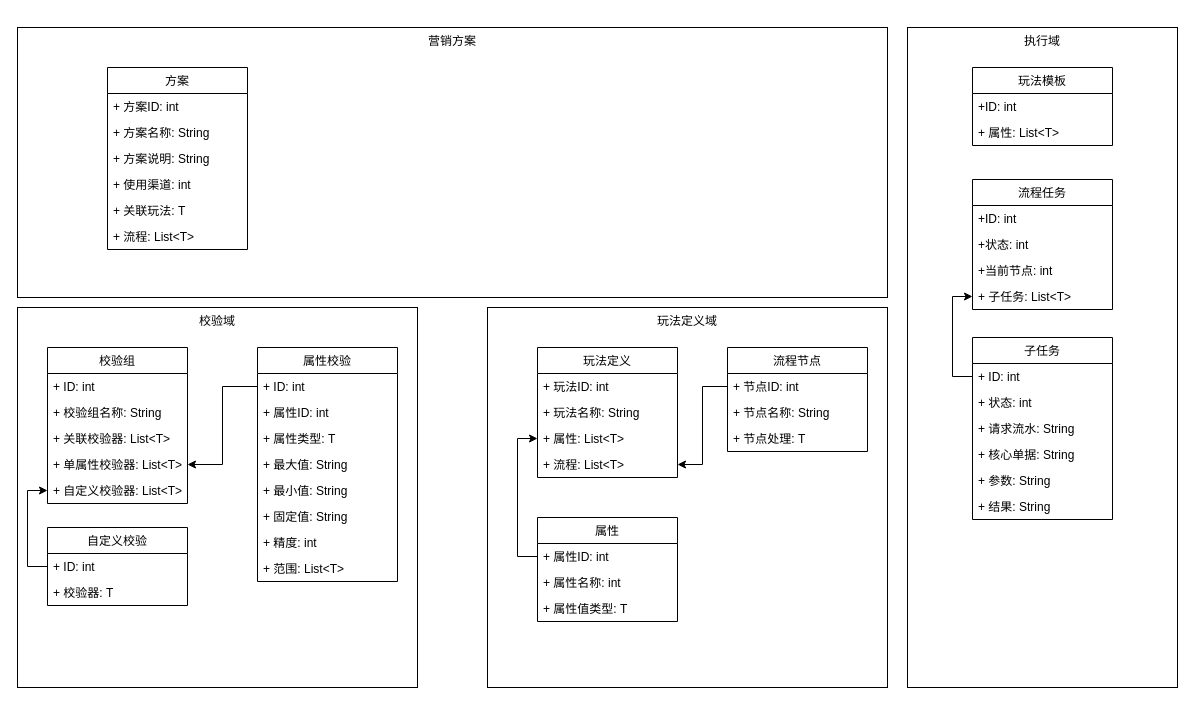
jon-kong/draw.io keeps this draw.io diagram as page "领域模型" (4 of 4) of 营销玩法系统架构.drawio. Above is the earlier version. Source tidied: cells renumbered, new cells numbered last; positions are measured from the earlier drawing's top-left corner, leaving out a move shared by most shapes. Both pictures are drawn from the tidied source at 100%, with x=0, y=0 at pixel (17, 27).
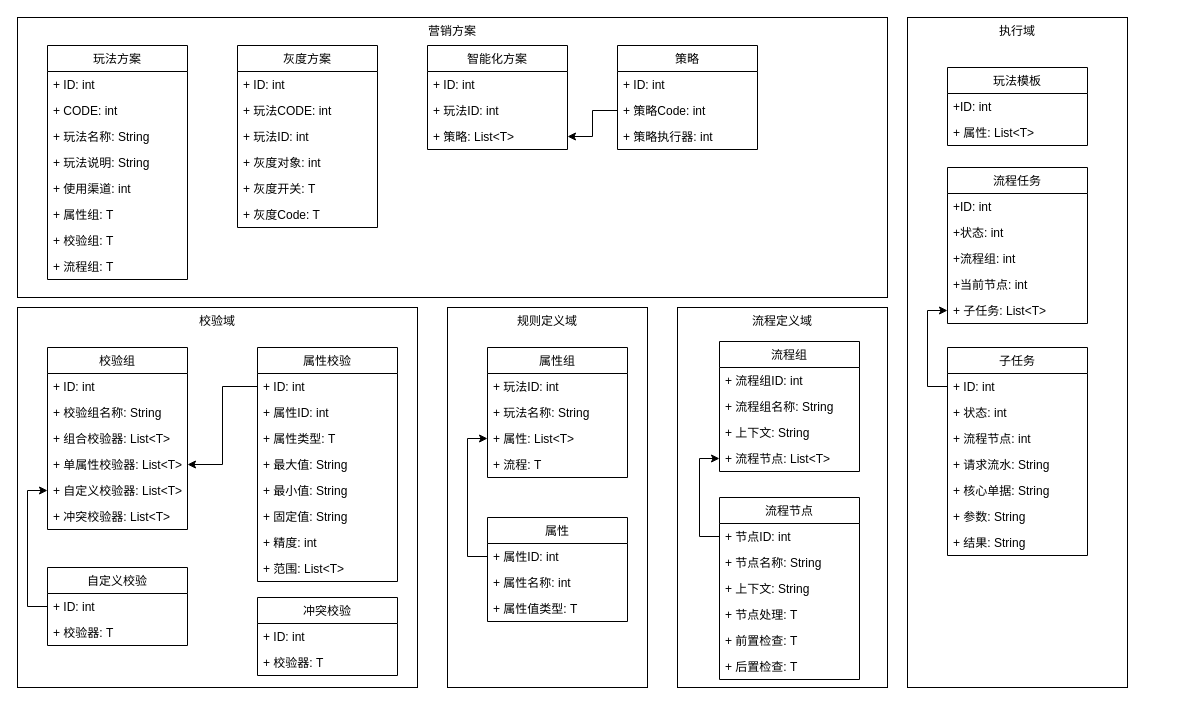
The same page after the edit.

Commit message:
Update 营销玩法系统架构.drawio

The change refers to these unchanged cells:
```xml
<mxCell id="13" value="+ 节点ID: int" style="text;strokeColor=none;fillColor=none;align=left;verticalAlign=top;spacingLeft=4;spacingRight=4;overflow=hidden;points=[[0,0.5],[1,0.5]];portConstraint=eastwest;" parent="12" vertex="1">
  <mxGeometry y="26" width="140" height="26" as="geometry" />
</mxCell>
```

The edit, as a diff of the source:
```diff
@@
+    <mxCell id="64" value="流程定义域" style="rounded=0;whiteSpace=wrap;html=1;fontColor=#000000;verticalAlign=top;" parent="1" vertex="1">
+      <mxGeometry x="660" y="280" width="210" height="380" as="geometry" />
+    </mxCell>
-    <mxCell id="2" value="玩法定义域" style="rounded=0;whiteSpace=wrap;html=1;fontColor=#000000;verticalAlign=top;" parent="1" vertex="1">
-      <mxGeometry x="470" y="280" width="400" height="380" as="geometry" />
+    <mxCell id="2" value="规则定义域" style="rounded=0;whiteSpace=wrap;html=1;fontColor=#000000;verticalAlign=top;" parent="1" vertex="1">
+      <mxGeometry x="430" y="280" width="200" height="380" as="geometry" />
     </mxCell>
-    <mxCell id="3" value="玩法定义" style="swimlane;fontStyle=0;horizontal=1;startSize=26;fillColor=none;fontColor=#000000;verticalAlign=top;" parent="1" vertex="1">
-      <mxGeometry x="520" y="320" width="140" height="130" as="geometry" />
+    <mxCell id="3" value="属性组" style="swimlane;fontStyle=0;horizontal=1;startSize=26;fillColor=none;fontColor=#000000;verticalAlign=top;" parent="1" vertex="1">
+      <mxGeometry x="470" y="320" width="140" height="130" as="geometry" />
     </mxCell>
@@
-    <mxCell id="7" value="+ 流程: List&lt;T&gt;&#10;" style="text;strokeColor=none;fillColor=none;align=left;verticalAlign=top;spacingLeft=4;spacingRight=4;overflow=hidden;points=[[0,0.5],[1,0.5]];portConstraint=eastwest;" parent="3" vertex="1">
+    <mxCell id="7" value="+ 流程: T&#10;" style="text;strokeColor=none;fillColor=none;align=left;verticalAlign=top;spacingLeft=4;spacingRight=4;overflow=hidden;points=[[0,0.5],[1,0.5]];portConstraint=eastwest;" parent="3" vertex="1">
       <mxGeometry y="104" width="140" height="26" as="geometry" />
     </mxCell>
     <mxCell id="8" value="属性" style="swimlane;fontStyle=0;horizontal=1;startSize=26;fillColor=none;fontColor=#000000;verticalAlign=top;" parent="1" vertex="1">
-      <mxGeometry x="520" y="490" width="140" height="104" as="geometry" />
+      <mxGeometry x="470" y="490" width="140" height="104" as="geometry" />
     </mxCell>
@@
     <mxCell id="12" value="流程节点" style="swimlane;fontStyle=0;horizontal=1;startSize=26;fillColor=none;fontColor=#000000;verticalAlign=top;" parent="1" vertex="1">
-      <mxGeometry x="710" y="320" width="140" height="104" as="geometry" />
+      <mxGeometry x="702" y="470" width="140" height="182" as="geometry" />
     </mxCell>
@@
+    <mxCell id="65" value="+ 上下文: String" style="text;strokeColor=none;fillColor=none;align=left;verticalAlign=top;spacingLeft=4;spacingRight=4;overflow=hidden;" parent="12" vertex="1">
+      <mxGeometry y="78" width="140" height="26" as="geometry" />
+    </mxCell>
     <mxCell id="15" value="+ 节点处理: T " style="text;strokeColor=none;fillColor=none;align=left;verticalAlign=top;spacingLeft=4;spacingRight=4;overflow=hidden;" parent="12" vertex="1">
-      <mxGeometry y="78" width="140" height="26" as="geometry" />
+      <mxGeometry y="104" width="140" height="26" as="geometry" />
     </mxCell>
+    <mxCell id="66" value="+ 前置检查: T " style="text;strokeColor=none;fillColor=none;align=left;verticalAlign=top;spacingLeft=4;spacingRight=4;overflow=hidden;" parent="12" vertex="1">
+      <mxGeometry y="130" width="140" height="26" as="geometry" />
+    </mxCell>
+    <mxCell id="67" value="+ 后置检查: T " style="text;strokeColor=none;fillColor=none;align=left;verticalAlign=top;spacingLeft=4;spacingRight=4;overflow=hidden;" parent="12" vertex="1">
+      <mxGeometry y="156" width="140" height="26" as="geometry" />
+    </mxCell>
@@
     <mxCell id="17" value="校验组" style="swimlane;fontStyle=0;horizontal=1;startSize=26;fillColor=none;fontColor=#000000;verticalAlign=top;" parent="1" vertex="1">
-      <mxGeometry x="30" y="320" width="140" height="156" as="geometry" />
+      <mxGeometry x="30" y="320" width="140" height="182" as="geometry" />
     </mxCell>
@@
-    <mxCell id="20" value="+ 关联校验器: List&lt;T&gt;&#10;" style="text;strokeColor=none;fillColor=none;align=left;verticalAlign=top;spacingLeft=4;spacingRight=4;overflow=hidden;" parent="17" vertex="1">
+    <mxCell id="20" value="+ 组合校验器: List&lt;T&gt;&#10;" style="text;strokeColor=none;fillColor=none;align=left;verticalAlign=top;spacingLeft=4;spacingRight=4;overflow=hidden;" parent="17" vertex="1">
       <mxGeometry y="78" width="140" height="26" as="geometry" />
     </mxCell>
@@
+    <mxCell id="68" value="+ 冲突校验器: List&lt;T&gt;&#10;" style="text;strokeColor=none;fillColor=none;align=left;verticalAlign=top;spacingLeft=4;spacingRight=4;overflow=hidden;" parent="17" vertex="1">
+      <mxGeometry y="156" width="140" height="26" as="geometry" />
+    </mxCell>
@@
     <mxCell id="32" value="自定义校验" style="swimlane;fontStyle=0;horizontal=1;startSize=26;fillColor=none;fontColor=#000000;verticalAlign=top;" parent="1" vertex="1">
-      <mxGeometry x="30" y="500" width="140" height="78" as="geometry" />
+      <mxGeometry x="30" y="540" width="140" height="78" as="geometry" />
     </mxCell>
@@
-    <mxCell id="37" style="edgeStyle=orthogonalEdgeStyle;rounded=0;jettySize=auto;html=1;exitX=0;exitY=0.5;exitDx=0;exitDy=0;entryX=1;entryY=0.5;entryDx=0;entryDy=0;fontColor=#000000;" parent="1" edge="1" source="13" target="7">
-      <mxGeometry relative="1" as="geometry" />
-    </mxCell>
@@
     <mxCell id="39" value="营销方案" style="rounded=0;whiteSpace=wrap;html=1;fontColor=#000000;verticalAlign=top;" parent="1" vertex="1">
-      <mxGeometry width="870" height="270" as="geometry" />
+      <mxGeometry y="-10" width="870" height="280" as="geometry" />
     </mxCell>
-    <mxCell id="40" value="方案" style="swimlane;fontStyle=0;horizontal=1;startSize=26;fillColor=none;fontColor=#000000;verticalAlign=top;" parent="1" vertex="1">
-      <mxGeometry x="90" y="40" width="140" height="182" as="geometry" />
+    <mxCell id="40" value="玩法方案" style="swimlane;fontStyle=0;horizontal=1;startSize=26;fillColor=none;fontColor=#000000;verticalAlign=top;" parent="1" vertex="1">
+      <mxGeometry x="30" y="18" width="140" height="234" as="geometry" />
     </mxCell>
-    <mxCell id="41" value="+ 方案ID: int" style="text;strokeColor=none;fillColor=none;align=left;verticalAlign=top;spacingLeft=4;spacingRight=4;overflow=hidden;" parent="40" vertex="1">
+    <mxCell id="41" value="+ ID: int" style="text;strokeColor=none;fillColor=none;align=left;verticalAlign=top;spacingLeft=4;spacingRight=4;overflow=hidden;" parent="40" vertex="1">
       <mxGeometry y="26" width="140" height="26" as="geometry" />
     </mxCell>
+    <mxCell id="69" value="+ CODE: int" style="text;strokeColor=none;fillColor=none;align=left;verticalAlign=top;spacingLeft=4;spacingRight=4;overflow=hidden;" parent="40" vertex="1">
+      <mxGeometry y="52" width="140" height="26" as="geometry" />
+    </mxCell>
-    <mxCell id="42" value="+ 方案名称: String" style="text;strokeColor=none;fillColor=none;align=left;verticalAlign=top;spacingLeft=4;spacingRight=4;overflow=hidden;" parent="40" vertex="1">
-      <mxGeometry y="52" width="140" height="26" as="geometry" />
+    <mxCell id="42" value="+ 玩法名称: String" style="text;strokeColor=none;fillColor=none;align=left;verticalAlign=top;spacingLeft=4;spacingRight=4;overflow=hidden;" parent="40" vertex="1">
+      <mxGeometry y="78" width="140" height="26" as="geometry" />
     </mxCell>
-    <mxCell id="43" value="+ 方案说明: String" style="text;strokeColor=none;fillColor=none;align=left;verticalAlign=top;spacingLeft=4;spacingRight=4;overflow=hidden;" parent="40" vertex="1">
-      <mxGeometry y="78" width="140" height="26" as="geometry" />
+    <mxCell id="43" value="+ 玩法说明: String" style="text;strokeColor=none;fillColor=none;align=left;verticalAlign=top;spacingLeft=4;spacingRight=4;overflow=hidden;" parent="40" vertex="1">
+      <mxGeometry y="104" width="140" height="26" as="geometry" />
     </mxCell>
     <mxCell id="44" value="+ 使用渠道: int&#10;" style="text;strokeColor=none;fillColor=none;align=left;verticalAlign=top;spacingLeft=4;spacingRight=4;overflow=hidden;" parent="40" vertex="1">
-      <mxGeometry y="104" width="140" height="26" as="geometry" />
+      <mxGeometry y="130" width="140" height="26" as="geometry" />
     </mxCell>
-    <mxCell id="45" value="+ 关联玩法: T&#10;" style="text;strokeColor=none;fillColor=none;align=left;verticalAlign=top;spacingLeft=4;spacingRight=4;overflow=hidden;" parent="40" vertex="1">
-      <mxGeometry y="130" width="140" height="26" as="geometry" />
+    <mxCell id="45" value="+ 属性组: T&#10;" style="text;strokeColor=none;fillColor=none;align=left;verticalAlign=top;spacingLeft=4;spacingRight=4;overflow=hidden;" parent="40" vertex="1">
+      <mxGeometry y="156" width="140" height="26" as="geometry" />
     </mxCell>
-    <mxCell id="46" value="+ 流程: List&lt;T&gt;&#10;" style="text;strokeColor=none;fillColor=none;align=left;verticalAlign=top;spacingLeft=4;spacingRight=4;overflow=hidden;" parent="40" vertex="1">
-      <mxGeometry y="156" width="140" height="26" as="geometry" />
+    <mxCell id="46" value="+ 校验组: T&#10;" style="text;strokeColor=none;fillColor=none;align=left;verticalAlign=top;spacingLeft=4;spacingRight=4;overflow=hidden;" parent="40" vertex="1">
+      <mxGeometry y="182" width="140" height="26" as="geometry" />
     </mxCell>
+    <mxCell id="70" value="+ 流程组: T&#10;" style="text;strokeColor=none;fillColor=none;align=left;verticalAlign=top;spacingLeft=4;spacingRight=4;overflow=hidden;" parent="40" vertex="1">
+      <mxGeometry y="208" width="140" height="26" as="geometry" />
+    </mxCell>
     <mxCell id="47" value="执行域" style="rounded=0;whiteSpace=wrap;html=1;fontColor=#000000;verticalAlign=top;" parent="1" vertex="1">
-      <mxGeometry x="890" width="270" height="660" as="geometry" />
+      <mxGeometry x="890" y="-10" width="220" height="670" as="geometry" />
     </mxCell>
     <mxCell id="48" value="玩法模板" style="swimlane;fontStyle=0;horizontal=1;startSize=26;fillColor=none;fontColor=#000000;verticalAlign=top;" parent="1" vertex="1">
-      <mxGeometry x="955" y="40" width="140" height="78" as="geometry" />
+      <mxGeometry x="930" y="40" width="140" height="78" as="geometry" />
     </mxCell>
@@
     <mxCell id="51" value="流程任务" style="swimlane;fontStyle=0;horizontal=1;startSize=26;fillColor=none;fontColor=#000000;verticalAlign=top;" parent="1" vertex="1">
-      <mxGeometry x="955" y="152" width="140" height="130" as="geometry" />
+      <mxGeometry x="930" y="140" width="140" height="156" as="geometry" />
     </mxCell>
@@
+    <mxCell id="71" value="+流程组: int" style="text;strokeColor=none;fillColor=none;align=left;verticalAlign=top;spacingLeft=4;spacingRight=4;overflow=hidden;" parent="51" vertex="1">
+      <mxGeometry y="78" width="140" height="26" as="geometry" />
+    </mxCell>
     <mxCell id="54" value="+当前节点: int" style="text;strokeColor=none;fillColor=none;align=left;verticalAlign=top;spacingLeft=4;spacingRight=4;overflow=hidden;" parent="51" vertex="1">
-      <mxGeometry y="78" width="140" height="26" as="geometry" />
+      <mxGeometry y="104" width="140" height="26" as="geometry" />
     </mxCell>
     <mxCell id="55" value="+ 子任务: List&lt;T&gt;&#10;" style="text;strokeColor=none;fillColor=none;align=left;verticalAlign=top;spacingLeft=4;spacingRight=4;overflow=hidden;points=[[0,0.5],[1,0.5]];portConstraint=eastwest;" parent="51" vertex="1">
-      <mxGeometry y="104" width="140" height="26" as="geometry" />
+      <mxGeometry y="130" width="140" height="26" as="geometry" />
     </mxCell>
     <mxCell id="56" value="子任务" style="swimlane;fontStyle=0;horizontal=1;startSize=26;fillColor=none;fontColor=#000000;verticalAlign=top;" parent="1" vertex="1">
-      <mxGeometry x="955" y="310" width="140" height="182" as="geometry" />
+      <mxGeometry x="930" y="320" width="140" height="208" as="geometry" />
     </mxCell>
@@
+    <mxCell id="72" value="+ 流程节点: int" style="text;strokeColor=none;fillColor=none;align=left;verticalAlign=top;spacingLeft=4;spacingRight=4;overflow=hidden;" parent="56" vertex="1">
+      <mxGeometry y="78" width="140" height="26" as="geometry" />
+    </mxCell>
     <mxCell id="59" value="+ 请求流水: String&#10;" style="text;strokeColor=none;fillColor=none;align=left;verticalAlign=top;spacingLeft=4;spacingRight=4;overflow=hidden;" parent="56" vertex="1">
-      <mxGeometry y="78" width="140" height="26" as="geometry" />
+      <mxGeometry y="104" width="140" height="26" as="geometry" />
     </mxCell>
     <mxCell id="60" value="+ 核心单据: String&#10;" style="text;strokeColor=none;fillColor=none;align=left;verticalAlign=top;spacingLeft=4;spacingRight=4;overflow=hidden;" parent="56" vertex="1">
-      <mxGeometry y="104" width="140" height="26" as="geometry" />
+      <mxGeometry y="130" width="140" height="26" as="geometry" />
     </mxCell>
     <mxCell id="61" value="+ 参数: String&#10;" style="text;strokeColor=none;fillColor=none;align=left;verticalAlign=top;spacingLeft=4;spacingRight=4;overflow=hidden;" parent="56" vertex="1">
-      <mxGeometry y="130" width="140" height="26" as="geometry" />
+      <mxGeometry y="156" width="140" height="26" as="geometry" />
     </mxCell>
     <mxCell id="62" value="+ 结果: String&#10;" style="text;strokeColor=none;fillColor=none;align=left;verticalAlign=top;spacingLeft=4;spacingRight=4;overflow=hidden;" parent="56" vertex="1">
-      <mxGeometry y="156" width="140" height="26" as="geometry" />
+      <mxGeometry y="182" width="140" height="26" as="geometry" />
     </mxCell>
@@
+    <mxCell id="73" value="流程组" style="swimlane;fontStyle=0;horizontal=1;startSize=26;fillColor=none;fontColor=#000000;verticalAlign=top;" parent="1" vertex="1">
+      <mxGeometry x="702" y="314" width="140" height="130" as="geometry" />
+    </mxCell>
+    <mxCell id="74" value="+ 流程组ID: int" style="text;strokeColor=none;fillColor=none;align=left;verticalAlign=top;spacingLeft=4;spacingRight=4;overflow=hidden;" parent="73" vertex="1">
+      <mxGeometry y="26" width="140" height="26" as="geometry" />
+    </mxCell>
+    <mxCell id="75" value="+ 流程组名称: String" style="text;strokeColor=none;fillColor=none;align=left;verticalAlign=top;spacingLeft=4;spacingRight=4;overflow=hidden;" parent="73" vertex="1">
+      <mxGeometry y="52" width="140" height="26" as="geometry" />
+    </mxCell>
+    <mxCell id="76" value="+ 上下文: String" style="text;strokeColor=none;fillColor=none;align=left;verticalAlign=top;spacingLeft=4;spacingRight=4;overflow=hidden;" parent="73" vertex="1">
+      <mxGeometry y="78" width="140" height="26" as="geometry" />
+    </mxCell>
+    <mxCell id="77" value="+ 流程节点: List&lt;T&gt; " style="text;strokeColor=none;fillColor=none;align=left;verticalAlign=top;spacingLeft=4;spacingRight=4;overflow=hidden;points=[[0,0.5],[1,0.5]];portConstraint=eastwest;" parent="73" vertex="1">
+      <mxGeometry y="104" width="140" height="26" as="geometry" />
+    </mxCell>
+    <mxCell id="78" style="edgeStyle=orthogonalEdgeStyle;rounded=0;jettySize=auto;html=1;exitX=0;exitY=0.5;exitDx=0;exitDy=0;entryX=0;entryY=0.5;entryDx=0;entryDy=0;fontColor=#000000;" parent="1" edge="1" source="13" target="77">
+      <mxGeometry relative="1" as="geometry" />
+    </mxCell>
+    <mxCell id="79" value="灰度方案" style="swimlane;fontStyle=0;horizontal=1;startSize=26;fillColor=none;fontColor=#000000;verticalAlign=top;" parent="1" vertex="1">
+      <mxGeometry x="220" y="18" width="140" height="182" as="geometry" />
+    </mxCell>
+    <mxCell id="80" value="+ ID: int" style="text;strokeColor=none;fillColor=none;align=left;verticalAlign=top;spacingLeft=4;spacingRight=4;overflow=hidden;" parent="79" vertex="1">
+      <mxGeometry y="26" width="140" height="26" as="geometry" />
+    </mxCell>
+    <mxCell id="81" value="+ 玩法CODE: int" style="text;strokeColor=none;fillColor=none;align=left;verticalAlign=top;spacingLeft=4;spacingRight=4;overflow=hidden;" parent="79" vertex="1">
+      <mxGeometry y="52" width="140" height="26" as="geometry" />
+    </mxCell>
+    <mxCell id="82" value="+ 玩法ID: int" style="text;strokeColor=none;fillColor=none;align=left;verticalAlign=top;spacingLeft=4;spacingRight=4;overflow=hidden;" parent="79" vertex="1">
+      <mxGeometry y="78" width="140" height="26" as="geometry" />
+    </mxCell>
+    <mxCell id="83" value="+ 灰度对象: int&#10;" style="text;strokeColor=none;fillColor=none;align=left;verticalAlign=top;spacingLeft=4;spacingRight=4;overflow=hidden;" parent="79" vertex="1">
+      <mxGeometry y="104" width="140" height="26" as="geometry" />
+    </mxCell>
+    <mxCell id="84" value="+ 灰度开关: T&#10;" style="text;strokeColor=none;fillColor=none;align=left;verticalAlign=top;spacingLeft=4;spacingRight=4;overflow=hidden;" parent="79" vertex="1">
+      <mxGeometry y="130" width="140" height="26" as="geometry" />
+    </mxCell>
+    <mxCell id="85" value="+ 灰度Code: T&#10;" style="text;strokeColor=none;fillColor=none;align=left;verticalAlign=top;spacingLeft=4;spacingRight=4;overflow=hidden;" parent="79" vertex="1">
+      <mxGeometry y="156" width="140" height="26" as="geometry" />
+    </mxCell>
+    <mxCell id="86" value="冲突校验" style="swimlane;fontStyle=0;horizontal=1;startSize=26;fillColor=none;fontColor=#000000;verticalAlign=top;" parent="1" vertex="1">
+      <mxGeometry x="240" y="570" width="140" height="78" as="geometry" />
+    </mxCell>
+    <mxCell id="87" value="+ ID: int" style="text;strokeColor=none;fillColor=none;align=left;verticalAlign=top;spacingLeft=4;spacingRight=4;overflow=hidden;" parent="86" vertex="1">
+      <mxGeometry y="26" width="140" height="26" as="geometry" />
+    </mxCell>
+    <mxCell id="88" value="+ 校验器: T" style="text;strokeColor=none;fillColor=none;align=left;verticalAlign=top;spacingLeft=4;spacingRight=4;overflow=hidden;" parent="86" vertex="1">
+      <mxGeometry y="52" width="140" height="26" as="geometry" />
+    </mxCell>
+    <mxCell id="89" value="智能化方案" style="swimlane;fontStyle=0;horizontal=1;startSize=26;fillColor=none;fontColor=#000000;verticalAlign=top;" parent="1" vertex="1">
+      <mxGeometry x="410" y="18" width="140" height="104" as="geometry" />
+    </mxCell>
+    <mxCell id="90" value="+ ID: int" style="text;strokeColor=none;fillColor=none;align=left;verticalAlign=top;spacingLeft=4;spacingRight=4;overflow=hidden;" parent="89" vertex="1">
+      <mxGeometry y="26" width="140" height="26" as="geometry" />
+    </mxCell>
+    <mxCell id="91" value="+ 玩法ID: int" style="text;strokeColor=none;fillColor=none;align=left;verticalAlign=top;spacingLeft=4;spacingRight=4;overflow=hidden;" parent="89" vertex="1">
+      <mxGeometry y="52" width="140" height="26" as="geometry" />
+    </mxCell>
+    <mxCell id="92" value="+ 策略: List&lt;T&gt;&#10;" style="text;strokeColor=none;fillColor=none;align=left;verticalAlign=top;spacingLeft=4;spacingRight=4;overflow=hidden;points=[[0,0.5],[1,0.5]];portConstraint=eastwest;" parent="89" vertex="1">
+      <mxGeometry y="78" width="140" height="26" as="geometry" />
+    </mxCell>
+    <mxCell id="93" value="策略" style="swimlane;fontStyle=0;horizontal=1;startSize=26;fillColor=none;fontColor=#000000;verticalAlign=top;" parent="1" vertex="1">
+      <mxGeometry x="600" y="18" width="140" height="104" as="geometry" />
+    </mxCell>
+    <mxCell id="94" value="+ ID: int" style="text;strokeColor=none;fillColor=none;align=left;verticalAlign=top;spacingLeft=4;spacingRight=4;overflow=hidden;" parent="93" vertex="1">
+      <mxGeometry y="26" width="140" height="26" as="geometry" />
+    </mxCell>
+    <mxCell id="95" value="+ 策略Code: int&#10;" style="text;strokeColor=none;fillColor=none;align=left;verticalAlign=top;spacingLeft=4;spacingRight=4;overflow=hidden;points=[[0,0.5],[1,0.5]];portConstraint=eastwest;" parent="93" vertex="1">
+      <mxGeometry y="52" width="140" height="26" as="geometry" />
+    </mxCell>
+    <mxCell id="96" value="+ 策略执行器: int&#10;" style="text;strokeColor=none;fillColor=none;align=left;verticalAlign=top;spacingLeft=4;spacingRight=4;overflow=hidden;" parent="93" vertex="1">
+      <mxGeometry y="78" width="140" height="26" as="geometry" />
+    </mxCell>
+    <mxCell id="97" style="edgeStyle=orthogonalEdgeStyle;rounded=0;jettySize=auto;html=1;exitX=0;exitY=0.5;exitDx=0;exitDy=0;entryX=1;entryY=0.5;entryDx=0;entryDy=0;fontColor=#000000;" parent="1" edge="1" source="95" target="92">
+      <mxGeometry relative="1" as="geometry" />
+    </mxCell>
```
